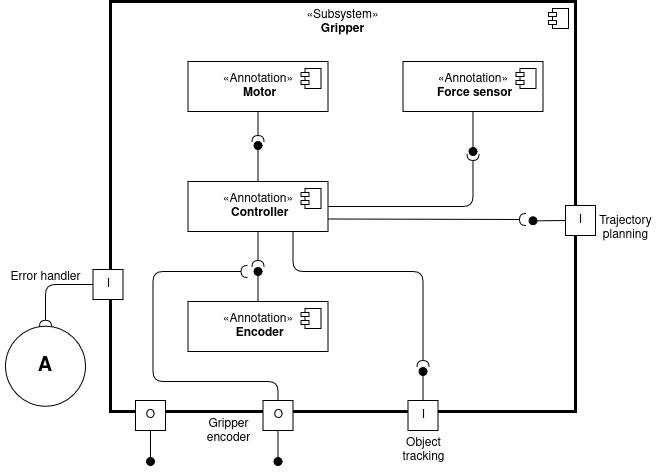
This is docs/source/_static/gripper.png from AlessandroMangili/Assignment_Cogar_group_I, a draw.io export, as it was before one commit. Source tidied: cells renumbered, new cells last; positions are measured from the earlier drawing's top-left corner, leaving out a move shared by most shapes.
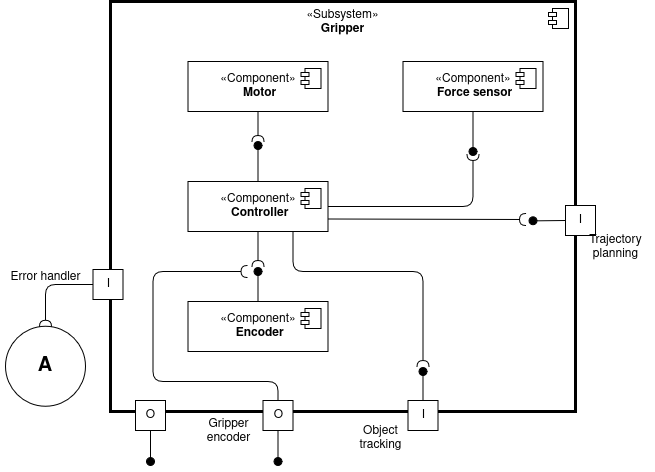
After the change.

Diff of the diagram source:
```diff
@@ -10,7 +10,7 @@
         <mxPoint x="-27" y="7" as="offset" />
       </mxGeometry>
     </mxCell>
-    <mxCell id="4" value="«Annotation»&lt;br&gt;&lt;b&gt;&amp;nbsp;Force sensor&lt;/b&gt;" style="html=1;whiteSpace=wrap;" parent="1" vertex="1">
+    <mxCell id="4" value="«Component»&lt;br&gt;&lt;b&gt;&amp;nbsp;Force sensor&lt;/b&gt;" style="html=1;whiteSpace=wrap;" parent="1" vertex="1">
       <mxGeometry x="402.5" y="60" width="140" height="50" as="geometry" />
     </mxCell>
     <mxCell id="5" style="shape=module;jettyWidth=8;jettyHeight=4;" parent="4" vertex="1">
@@ -18,7 +18,7 @@
         <mxPoint x="-27" y="7" as="offset" />
       </mxGeometry>
     </mxCell>
-    <mxCell id="6" value="«Annotation»&lt;br&gt;&lt;b&gt;&amp;nbsp;Motor&lt;/b&gt;" style="html=1;whiteSpace=wrap;" parent="1" vertex="1">
+    <mxCell id="6" value="«Component»&lt;br&gt;&lt;b&gt;&amp;nbsp;Motor&lt;/b&gt;" style="html=1;whiteSpace=wrap;" parent="1" vertex="1">
       <mxGeometry x="187.5" y="60" width="140" height="50" as="geometry" />
     </mxCell>
     <mxCell id="7" style="shape=module;jettyWidth=8;jettyHeight=4;" parent="6" vertex="1">
@@ -26,7 +26,7 @@
         <mxPoint x="-27" y="7" as="offset" />
       </mxGeometry>
     </mxCell>
-    <mxCell id="8" value="«Annotation»&lt;br&gt;&lt;b&gt;&amp;nbsp;Encoder&lt;/b&gt;" style="html=1;whiteSpace=wrap;" parent="1" vertex="1">
+    <mxCell id="8" value="«Component»&lt;br&gt;&lt;b&gt;&amp;nbsp;Encoder&lt;/b&gt;" style="html=1;whiteSpace=wrap;" parent="1" vertex="1">
       <mxGeometry x="187.5" y="300" width="140" height="50" as="geometry" />
     </mxCell>
     <mxCell id="9" style="shape=module;jettyWidth=8;jettyHeight=4;" parent="8" vertex="1">
@@ -34,7 +34,7 @@
         <mxPoint x="-27" y="7" as="offset" />
       </mxGeometry>
     </mxCell>
-    <mxCell id="10" value="«Annotation»&lt;br&gt;&lt;b&gt;&amp;nbsp;Controller&lt;/b&gt;" style="html=1;whiteSpace=wrap;" parent="1" vertex="1">
+    <mxCell id="10" value="«Component»&lt;br&gt;&lt;b&gt;&amp;nbsp;Controller&lt;/b&gt;" style="html=1;whiteSpace=wrap;" parent="1" vertex="1">
       <mxGeometry x="187.5" y="180" width="140" height="50" as="geometry" />
     </mxCell>
     <mxCell id="11" style="shape=module;jettyWidth=8;jettyHeight=4;" parent="10" vertex="1">
@@ -138,7 +138,7 @@
       <mxGeometry y="261" width="90" height="30" as="geometry" />
     </mxCell>
     <mxCell id="31" value="Object&lt;div&gt;tracking&lt;/div&gt;" style="text;html=1;align=center;verticalAlign=middle;strokeColor=none;fillColor=none;" parent="1" vertex="1">
-      <mxGeometry x="387.5" y="429" width="70" height="40" as="geometry" />
+      <mxGeometry x="345" y="416.6" width="70" height="40" as="geometry" />
     </mxCell>
     <mxCell id="32" value="I" style="html=1;rounded=0;direction=west;flipV=1;flipH=0;" parent="1" vertex="1">
       <mxGeometry x="565" y="204" width="30" height="30" as="geometry" />
@@ -154,7 +154,7 @@
       </mxGeometry>
     </mxCell>
     <mxCell id="35" value="Trajectory&lt;div&gt;planning&lt;/div&gt;" style="text;html=1;align=center;verticalAlign=middle;strokeColor=none;fillColor=none;flipV=0;" parent="1" vertex="1">
-      <mxGeometry x="585" y="206.6" width="80" height="40" as="geometry" />
+      <mxGeometry x="575" y="226" width="80" height="40" as="geometry" />
     </mxCell>
   </root>
 </mxGraphModel>
```
